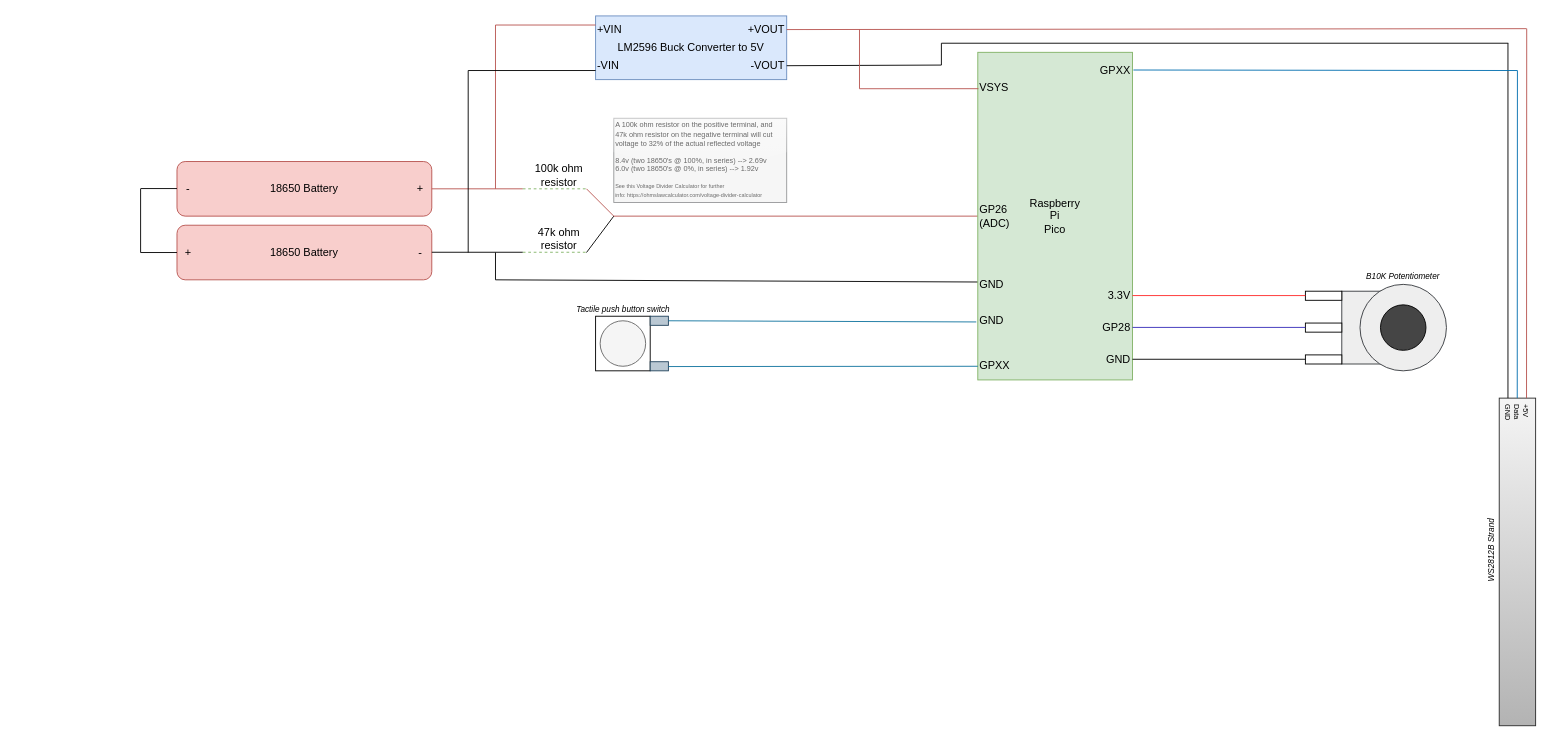
This is schematic.drawio from TimHanewich/under-cabinet-lighting, a draw.io file, before an edit. Source tidied: cells renumbered, new cells numbered last; positions are measured from the earlier drawing's top-left corner, leaving out a move shared by most shapes. Both pictures are drawn from the tidied source at 91%, with x=0, y=0 at pixel (140, 15).
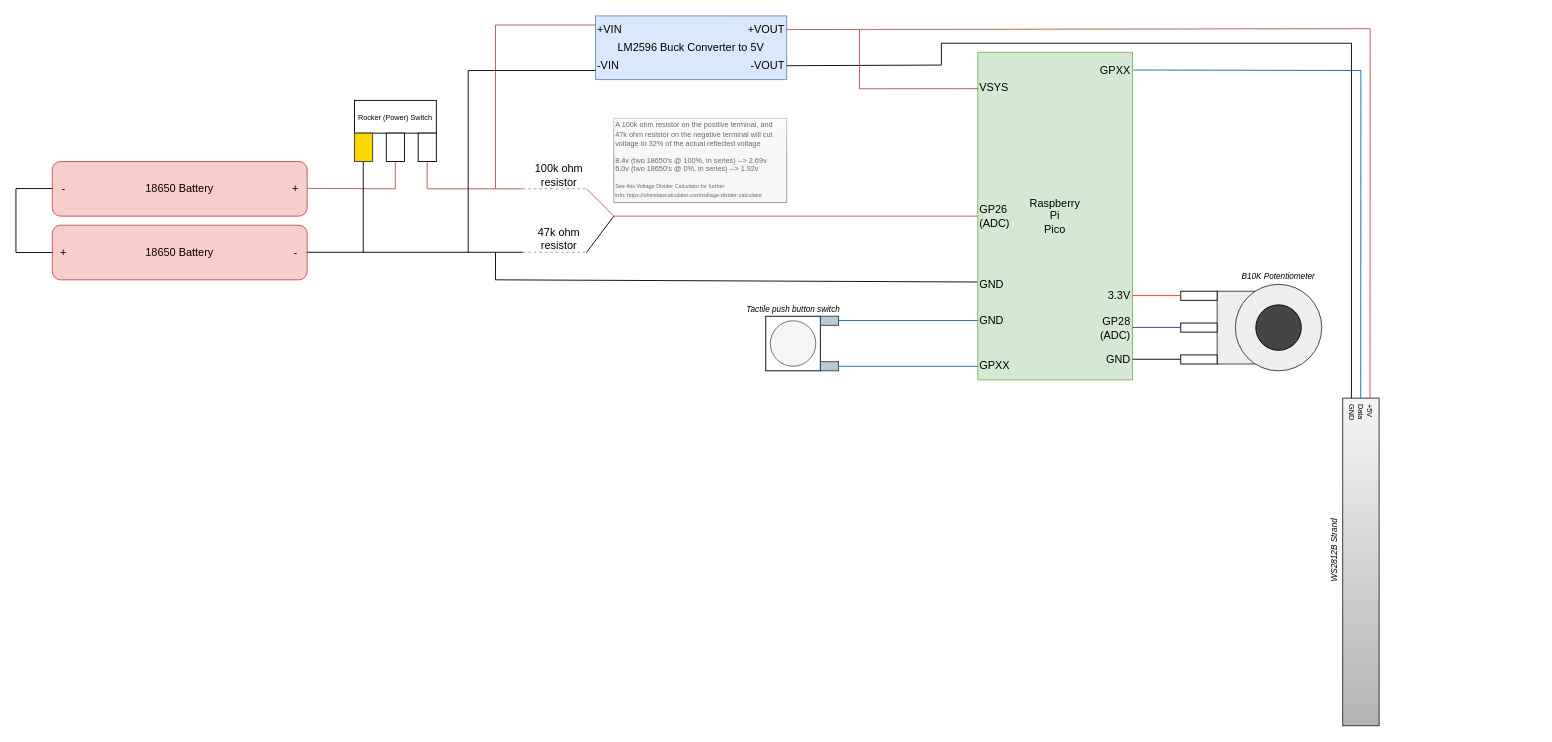
Above is the later version.

Unchanged cells that the change refers to:
```xml
<mxCell id="23" value="Raspberry&lt;div&gt;Pi&lt;/div&gt;&lt;div&gt;Pico&lt;/div&gt;" style="rounded=0;whiteSpace=wrap;html=1;fillColor=#d5e8d4;strokeColor=#82b366;" parent="1" vertex="1">
  <mxGeometry x="920" y="40" width="170" height="360" as="geometry" />
</mxCell>
<mxCell id="33" value="+VOUT" style="text;html=1;align=right;verticalAlign=middle;whiteSpace=wrap;rounded=0;" parent="1" vertex="1">
  <mxGeometry x="650" width="60" height="30" as="geometry" />
</mxCell>
```

What changed in the source:
```diff
@@
     <mxCell id="2" style="rounded=0;whiteSpace=wrap;html=1;fillColor=#eeeeee;strokeColor=#36393d;" parent="1" vertex="1">
-      <mxGeometry x="1320" y="302.5" width="60" height="80" as="geometry" />
+      <mxGeometry x="1183" y="302.5" width="60" height="80" as="geometry" />
     </mxCell>
     <mxCell id="3" value="18650 Battery" style="rounded=1;whiteSpace=wrap;html=1;fillColor=#f8cecc;strokeColor=#b85450;" parent="1" vertex="1">
-      <mxGeometry x="40" y="160" width="280" height="60" as="geometry" />
+      <mxGeometry x="-97" y="160" width="280" height="60" as="geometry" />
     </mxCell>
     <mxCell id="4" value="+" style="text;html=1;align=center;verticalAlign=middle;whiteSpace=wrap;rounded=0;" parent="1" vertex="1">
-      <mxGeometry x="295" y="175" width="25" height="30" as="geometry" />
+      <mxGeometry x="158" y="175" width="25" height="30" as="geometry" />
     </mxCell>
     <mxCell id="5" value="-" style="text;html=1;align=center;verticalAlign=middle;whiteSpace=wrap;rounded=0;" parent="1" vertex="1">
-      <mxGeometry x="40" y="175" width="25" height="30" as="geometry" />
+      <mxGeometry x="-97" y="175" width="25" height="30" as="geometry" />
     </mxCell>
     <mxCell id="6" value="18650 Battery" style="rounded=1;whiteSpace=wrap;html=1;fillColor=#f8cecc;strokeColor=#b85450;" parent="1" vertex="1">
-      <mxGeometry x="40" y="230" width="280" height="60" as="geometry" />
+      <mxGeometry x="-97" y="230" width="280" height="60" as="geometry" />
     </mxCell>
     <mxCell id="7" value="-" style="text;html=1;align=center;verticalAlign=middle;whiteSpace=wrap;rounded=0;" parent="1" vertex="1">
-      <mxGeometry x="295" y="245" width="25" height="30" as="geometry" />
+      <mxGeometry x="158" y="245" width="25" height="30" as="geometry" />
     </mxCell>
     <mxCell id="8" value="+" style="text;html=1;align=center;verticalAlign=middle;whiteSpace=wrap;rounded=0;" parent="1" vertex="1">
-      <mxGeometry x="40" y="245" width="25" height="30" as="geometry" />
+      <mxGeometry x="-97" y="245" width="25" height="30" as="geometry" />
     </mxCell>
     <mxCell id="9" style="endArrow=none;html=1;rounded=0;" parent="1" edge="1">
       <mxGeometry relative="1" as="geometry">
-        <mxPoint x="40" y="260" as="sourcePoint" />
-        <mxPoint y="260" as="targetPoint" />
+        <mxPoint x="-97" y="260" as="sourcePoint" />
+        <mxPoint x="-137" y="260" as="targetPoint" />
       </mxGeometry>
     </mxCell>
     <mxCell id="10" style="endArrow=none;html=1;rounded=0;" parent="1" edge="1">
       <mxGeometry relative="1" as="geometry">
-        <mxPoint y="190" as="sourcePoint" />
-        <mxPoint y="260" as="targetPoint" />
+        <mxPoint x="-137" y="190" as="sourcePoint" />
+        <mxPoint x="-137" y="260" as="targetPoint" />
       </mxGeometry>
     </mxCell>
     <mxCell id="11" style="endArrow=none;html=1;rounded=0;" parent="1" edge="1">
       <mxGeometry relative="1" as="geometry">
-        <mxPoint x="40" y="189.7" as="sourcePoint" />
-        <mxPoint y="189.7" as="targetPoint" />
+        <mxPoint x="-97" y="189.7" as="sourcePoint" />
+        <mxPoint x="-137" y="189.7" as="targetPoint" />
       </mxGeometry>
     </mxCell>
-    <mxCell id="12" style="endArrow=none;html=1;rounded=0;exitX=1;exitY=0.5;exitDx=0;exitDy=0;fillColor=#f8cecc;strokeColor=#b85450;" parent="1" edge="1" source="3">
+    <mxCell id="12" style="endArrow=none;html=1;rounded=0;fillColor=#f8cecc;strokeColor=#b85450;" parent="1" edge="1">
       <mxGeometry relative="1" as="geometry">
+        <mxPoint x="315" y="190" as="sourcePoint" />
         <mxPoint x="420" y="190" as="targetPoint" />
       </mxGeometry>
     </mxCell>
     <mxCell id="13" style="endArrow=none;html=1;rounded=0;exitX=1;exitY=0.5;exitDx=0;exitDy=0;" parent="1" edge="1">
       <mxGeometry relative="1" as="geometry">
-        <mxPoint x="320" y="259.7" as="sourcePoint" />
+        <mxPoint x="183" y="259.7" as="sourcePoint" />
         <mxPoint x="420" y="259.7" as="targetPoint" />
       </mxGeometry>
     </mxCell>
@@
     <mxCell id="35" style="endArrow=none;html=1;rounded=0;exitX=1;exitY=0.5;exitDx=0;exitDy=0;fillColor=#f8cecc;strokeColor=#B85450;" parent="1" edge="1" source="33">
       <mxGeometry relative="1" as="geometry">
-        <mxPoint x="1523" y="14" as="targetPoint" />
+        <mxPoint x="1351" y="14" as="targetPoint" />
       </mxGeometry>
     </mxCell>
@@
     <mxCell id="41" style="endArrow=none;html=1;rounded=0;fillColor=#f8cecc;strokeColor=#000000;" parent="1" edge="1">
       <mxGeometry relative="1" as="geometry">
         <mxPoint x="880" y="30" as="sourcePoint" />
-        <mxPoint x="1503" y="30" as="targetPoint" />
+        <mxPoint x="1331" y="30" as="targetPoint" />
       </mxGeometry>
     </mxCell>
     <mxCell id="42" style="rounded=0;whiteSpace=wrap;html=1;fillColor=#f5f5f5;gradientColor=#b3b3b3;strokeColor=#2B2B2B;" parent="1" vertex="1">
-      <mxGeometry x="1493" y="420" width="40" height="360" as="geometry" />
+      <mxGeometry x="1321" y="420" width="40" height="360" as="geometry" />
     </mxCell>
     <mxCell id="43" value="+5V" style="text;html=1;align=left;verticalAlign=middle;whiteSpace=wrap;rounded=0;fontSize=8;rotation=90;" parent="1" vertex="1">
-      <mxGeometry x="1493" y="450" width="60" height="10" as="geometry" />
+      <mxGeometry x="1321" y="450" width="60" height="10" as="geometry" />
     </mxCell>
     <mxCell id="44" value="GND" style="text;html=1;align=left;verticalAlign=middle;whiteSpace=wrap;rounded=0;fontSize=8;rotation=90;" parent="1" vertex="1">
-      <mxGeometry x="1473" y="450" width="60" height="10" as="geometry" />
+      <mxGeometry x="1301" y="450" width="60" height="10" as="geometry" />
     </mxCell>
     <mxCell id="45" value="Data" style="text;html=1;align=left;verticalAlign=middle;whiteSpace=wrap;rounded=0;fontSize=8;rotation=90;" parent="1" vertex="1">
-      <mxGeometry x="1483" y="450" width="60" height="10" as="geometry" />
+      <mxGeometry x="1311" y="450" width="60" height="10" as="geometry" />
     </mxCell>
     <mxCell id="46" style="endArrow=none;html=1;rounded=0;fillColor=#f8cecc;strokeColor=#B85450;" parent="1" edge="1">
       <mxGeometry relative="1" as="geometry">
-        <mxPoint x="1523" y="420" as="sourcePoint" />
-        <mxPoint x="1523.2" y="14" as="targetPoint" />
+        <mxPoint x="1351" y="420" as="sourcePoint" />
+        <mxPoint x="1351.2" y="14" as="targetPoint" />
       </mxGeometry>
     </mxCell>
     <mxCell id="47" style="endArrow=none;html=1;rounded=0;fillColor=#f8cecc;strokeColor=#000000;" parent="1" edge="1">
       <mxGeometry relative="1" as="geometry">
-        <mxPoint x="1502.6" y="420" as="sourcePoint" />
-        <mxPoint x="1502.6" y="30" as="targetPoint" />
+        <mxPoint x="1330.6" y="420" as="sourcePoint" />
+        <mxPoint x="1330.6" y="30" as="targetPoint" />
       </mxGeometry>
     </mxCell>
     <mxCell id="48" style="endArrow=none;html=1;rounded=0;fillColor=#1ba1e2;strokeColor=#006EAF;" parent="1" edge="1">
       <mxGeometry relative="1" as="geometry">
-        <mxPoint x="1512.8" y="420" as="sourcePoint" />
-        <mxPoint x="1513" y="60" as="targetPoint" />
+        <mxPoint x="1340.8" y="420" as="sourcePoint" />
+        <mxPoint x="1341" y="60" as="targetPoint" />
       </mxGeometry>
     </mxCell>
     <mxCell id="49" style="endArrow=none;html=1;rounded=0;fillColor=#1ba1e2;strokeColor=#006EAF;exitX=1.006;exitY=0.054;exitDx=0;exitDy=0;exitPerimeter=0;" parent="1" edge="1" source="23">
       <mxGeometry relative="1" as="geometry">
-        <mxPoint x="1513" y="60" as="targetPoint" />
+        <mxPoint x="1341" y="60" as="targetPoint" />
       </mxGeometry>
     </mxCell>
@@
     <mxCell id="52" style="rounded=0;whiteSpace=wrap;html=1;" parent="1" vertex="1">
-      <mxGeometry x="500" y="330" width="60" height="60" as="geometry" />
+      <mxGeometry x="687" y="330" width="60" height="60" as="geometry" />
     </mxCell>
     <mxCell id="53" style="ellipse;whiteSpace=wrap;html=1;fillColor=#f5f5f5;fontColor=#333333;strokeColor=#666666;" parent="1" vertex="1">
-      <mxGeometry x="505" y="335" width="50" height="50" as="geometry" />
+      <mxGeometry x="692" y="335" width="50" height="50" as="geometry" />
     </mxCell>
     <mxCell id="54" style="rounded=0;whiteSpace=wrap;html=1;fillColor=#bac8d3;strokeColor=#23445d;" parent="1" vertex="1">
-      <mxGeometry x="560" y="330" width="20" height="10" as="geometry" />
+      <mxGeometry x="747" y="330" width="20" height="10" as="geometry" />
     </mxCell>
     <mxCell id="55" style="rounded=0;whiteSpace=wrap;html=1;fillColor=#bac8d3;strokeColor=#23445d;" parent="1" vertex="1">
-      <mxGeometry x="560" y="380" width="20" height="10" as="geometry" />
+      <mxGeometry x="747" y="380" width="20" height="10" as="geometry" />
     </mxCell>
-    <mxCell id="56" style="endArrow=none;html=1;rounded=0;exitX=1;exitY=0.5;exitDx=0;exitDy=0;entryX=-0.01;entryY=0.823;entryDx=0;entryDy=0;entryPerimeter=0;fillColor=#b1ddf0;strokeColor=#10739e;" parent="1" edge="1" source="54" target="23">
-      <mxGeometry relative="1" as="geometry" />
+    <mxCell id="56" style="endArrow=none;html=1;rounded=0;exitX=1;exitY=0.5;exitDx=0;exitDy=0;fillColor=#b1ddf0;strokeColor=#10739e;" parent="1" edge="1">
+      <mxGeometry relative="1" as="geometry">
+        <mxPoint x="767" y="334.7" as="sourcePoint" />
+        <mxPoint x="920" y="334.7" as="targetPoint" />
+      </mxGeometry>
     </mxCell>
@@
-    <mxCell id="58" style="endArrow=none;html=1;rounded=0;exitX=1;exitY=0.5;exitDx=0;exitDy=0;fillColor=#b1ddf0;strokeColor=#10739e;targetPerimeterSpacing=0;" parent="1" edge="1">
-      <mxGeometry relative="1" as="geometry">
-        <mxPoint x="580" y="385.3" as="sourcePoint" />
-        <mxPoint x="920" y="385" as="targetPoint" />
-      </mxGeometry>
-    </mxCell>
@@
     <mxCell id="60" style="ellipse;whiteSpace=wrap;html=1;fillColor=#eeeeee;strokeColor=#36393d;" parent="1" vertex="1">
-      <mxGeometry x="1340" y="295" width="95" height="95" as="geometry" />
+      <mxGeometry x="1203" y="295" width="95" height="95" as="geometry" />
     </mxCell>
     <mxCell id="61" style="ellipse;whiteSpace=wrap;html=1;fillColor=#454545;" parent="1" vertex="1">
-      <mxGeometry x="1362.5" y="317.5" width="50" height="50" as="geometry" />
+      <mxGeometry x="1225.5" y="317.5" width="50" height="50" as="geometry" />
     </mxCell>
     <mxCell id="62" style="rounded=0;whiteSpace=wrap;html=1;" parent="1" vertex="1">
-      <mxGeometry x="1280" y="302.5" width="40" height="10" as="geometry" />
+      <mxGeometry x="1143" y="302.5" width="40" height="10" as="geometry" />
     </mxCell>
     <mxCell id="63" style="rounded=0;whiteSpace=wrap;html=1;" parent="1" vertex="1">
-      <mxGeometry x="1280" y="372.5" width="40" height="10" as="geometry" />
+      <mxGeometry x="1143" y="372.5" width="40" height="10" as="geometry" />
     </mxCell>
     <mxCell id="64" style="rounded=0;whiteSpace=wrap;html=1;" parent="1" vertex="1">
-      <mxGeometry x="1280" y="337.5" width="40" height="10" as="geometry" />
+      <mxGeometry x="1143" y="337.5" width="40" height="10" as="geometry" />
     </mxCell>
     <mxCell id="65" style="endArrow=none;html=1;rounded=0;strokeColor=#FF2B2B;" parent="1" edge="1">
       <mxGeometry relative="1" as="geometry">
         <mxPoint x="1090" y="307.3" as="sourcePoint" />
-        <mxPoint x="1280" y="307.3" as="targetPoint" />
+        <mxPoint x="1143" y="307.3" as="targetPoint" />
       </mxGeometry>
     </mxCell>
     <mxCell id="66" style="endArrow=none;html=1;rounded=0;fillColor=#cce5ff;strokeColor=#372EBA;" parent="1" edge="1">
       <mxGeometry relative="1" as="geometry">
         <mxPoint x="1090" y="342.3" as="sourcePoint" />
-        <mxPoint x="1280" y="342.3" as="targetPoint" />
+        <mxPoint x="1143" y="342.3" as="targetPoint" />
       </mxGeometry>
     </mxCell>
     <mxCell id="67" style="endArrow=none;html=1;rounded=0;" parent="1" edge="1">
       <mxGeometry relative="1" as="geometry">
         <mxPoint x="1090" y="377.3" as="sourcePoint" />
-        <mxPoint x="1280" y="377.3" as="targetPoint" />
+        <mxPoint x="1143" y="377.3" as="targetPoint" />
       </mxGeometry>
     </mxCell>
@@
-    <mxCell id="69" value="GP28" style="text;html=1;align=right;verticalAlign=middle;whiteSpace=wrap;rounded=0;" parent="1" vertex="1">
+    <mxCell id="69" value="GP28 (ADC)" style="text;html=1;align=right;verticalAlign=middle;whiteSpace=wrap;rounded=0;" parent="1" vertex="1">
       <mxGeometry x="1030" y="327.5" width="60" height="30" as="geometry" />
     </mxCell>
@@
     <mxCell id="71" value="B10K Potentiometer" style="text;html=1;align=center;verticalAlign=middle;whiteSpace=wrap;rounded=0;fontSize=9;fontStyle=2;" parent="1" vertex="1">
-      <mxGeometry x="1321.2" y="279" width="132.5" height="15" as="geometry" />
+      <mxGeometry x="1184.2" y="279" width="132.5" height="15" as="geometry" />
     </mxCell>
     <mxCell id="72" value="WS2812B Strand" style="text;html=1;align=center;verticalAlign=middle;whiteSpace=wrap;rounded=0;fontSize=9;fontStyle=2;rotation=-90;" parent="1" vertex="1">
-      <mxGeometry x="1418" y="580" width="132.5" height="15" as="geometry" />
+      <mxGeometry x="1246" y="580" width="132.5" height="15" as="geometry" />
     </mxCell>
     <mxCell id="73" value="Tactile push button switch" style="text;html=1;align=center;verticalAlign=middle;whiteSpace=wrap;rounded=0;fontSize=9;fontStyle=2;" parent="1" vertex="1">
-      <mxGeometry x="463.8" y="315" width="132.5" height="15" as="geometry" />
+      <mxGeometry x="650.8" y="315" width="132.5" height="15" as="geometry" />
     </mxCell>
+    <mxCell id="74" value="&lt;font style=&quot;font-size: 8px;&quot;&gt;Rocker (Power) Switch&lt;/font&gt;" style="rounded=0;whiteSpace=wrap;html=1;" parent="1" vertex="1">
+      <mxGeometry x="235" y="92.8" width="90" height="36" as="geometry" />
+    </mxCell>
+    <mxCell id="75" style="rounded=0;whiteSpace=wrap;html=1;fillColor=#FFD700;strokeColor=#36393d;" parent="1" vertex="1">
+      <mxGeometry x="235" y="128.8" width="20" height="31.2" as="geometry" />
+    </mxCell>
+    <mxCell id="76" style="rounded=0;whiteSpace=wrap;html=1;" parent="1" vertex="1">
+      <mxGeometry x="305" y="128.8" width="20" height="31.2" as="geometry" />
+    </mxCell>
+    <mxCell id="77" style="rounded=0;whiteSpace=wrap;html=1;" parent="1" vertex="1">
+      <mxGeometry x="270" y="128.8" width="20" height="31.2" as="geometry" />
+    </mxCell>
+    <mxCell id="78" style="endArrow=none;html=1;rounded=0;fillColor=#f8cecc;strokeColor=#b85450;" parent="1" edge="1">
+      <mxGeometry relative="1" as="geometry">
+        <mxPoint x="183" y="189.5" as="sourcePoint" />
+        <mxPoint x="280" y="190" as="targetPoint" />
+      </mxGeometry>
+    </mxCell>
+    <mxCell id="79" style="endArrow=none;html=1;rounded=0;fillColor=#f8cecc;strokeColor=#b85450;" parent="1" edge="1">
+      <mxGeometry relative="1" as="geometry">
+        <mxPoint x="279.9" y="190" as="sourcePoint" />
+        <mxPoint x="279.9" y="160" as="targetPoint" />
+      </mxGeometry>
+    </mxCell>
+    <mxCell id="80" style="endArrow=none;html=1;rounded=0;fillColor=#f8cecc;strokeColor=#b85450;" parent="1" edge="1">
+      <mxGeometry relative="1" as="geometry">
+        <mxPoint x="314.9" y="190" as="sourcePoint" />
+        <mxPoint x="314.9" y="160" as="targetPoint" />
+      </mxGeometry>
+    </mxCell>
+    <mxCell id="81" style="endArrow=none;html=1;rounded=0;" parent="1" edge="1">
+      <mxGeometry relative="1" as="geometry">
+        <mxPoint x="244.7" y="260" as="sourcePoint" />
+        <mxPoint x="244.7" y="160" as="targetPoint" />
+      </mxGeometry>
+    </mxCell>
+    <mxCell id="82" style="endArrow=none;html=1;rounded=0;exitX=1;exitY=0.5;exitDx=0;exitDy=0;fillColor=#b1ddf0;strokeColor=#10739e;" parent="1" edge="1">
+      <mxGeometry relative="1" as="geometry">
+        <mxPoint x="767" y="385" as="sourcePoint" />
+        <mxPoint x="920" y="385" as="targetPoint" />
+      </mxGeometry>
+    </mxCell>
```
